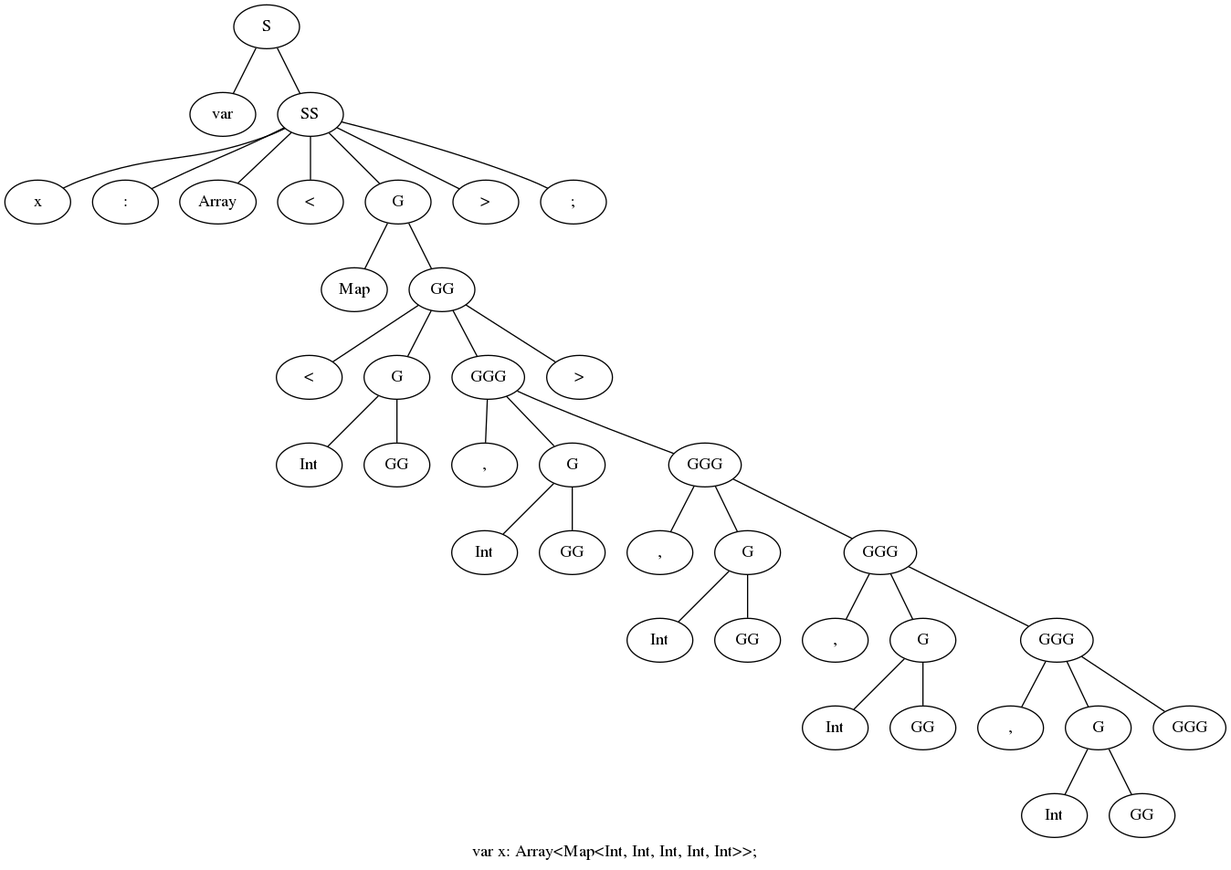
This is graphs/spread.dot.png from Garuda-1/MT_HW2, a Graphviz export, as it was before one commit. Its source is kept beside it as graphs/spread.dot.
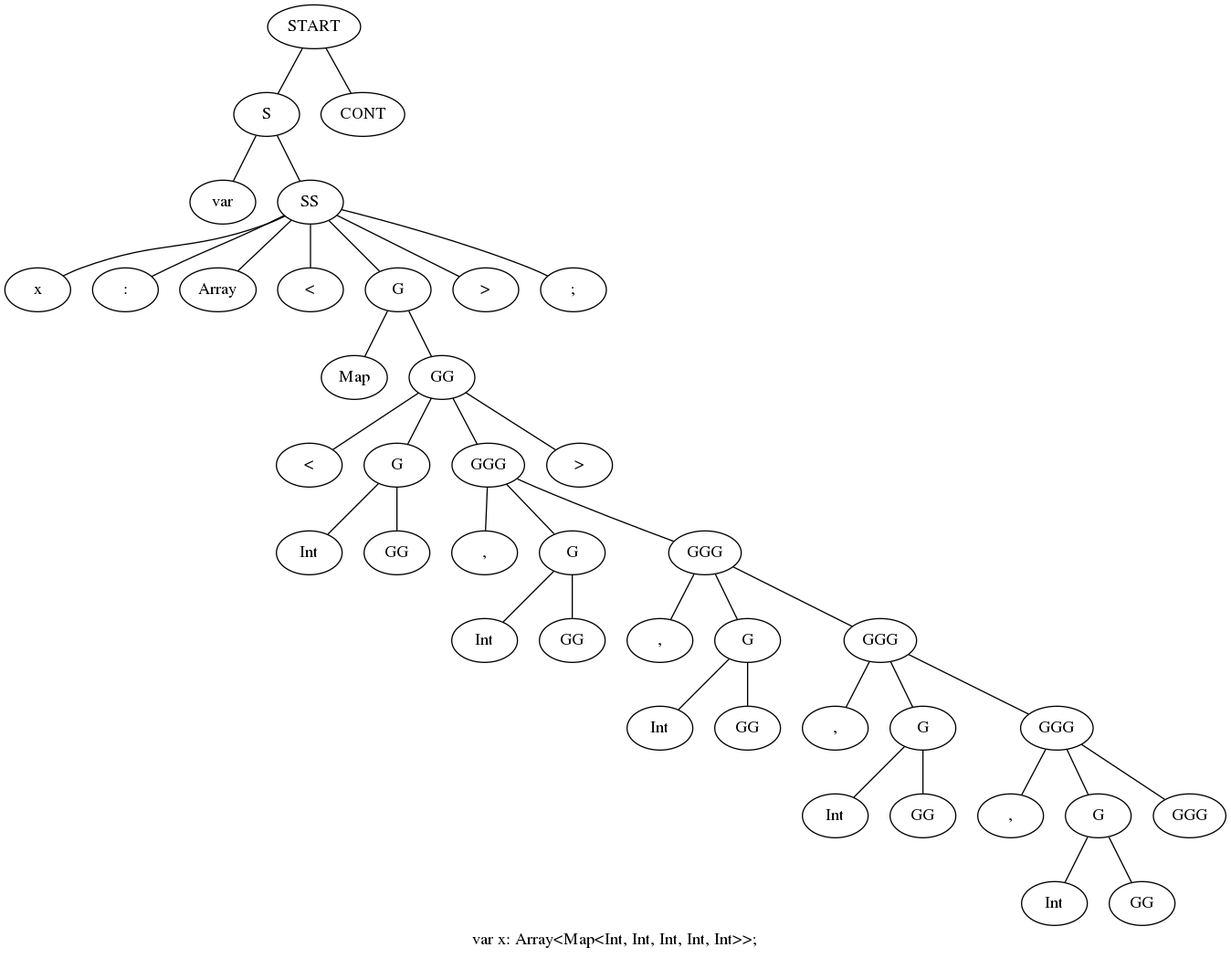
After the change.

What changed in the source:
```diff
@@ -3,79 +3,83 @@
 	label="var x: Array<Map<Int, Int, Int, Int, Int>>;"
 
 	n000 ;
-	n000 [label="S"] ;
+	n000 [label="START"] ;
 	n000 -- n001 ;
 	n000 -- n002 ;
-	n001 [label="var"] ;
-	n002 [label="SS"] ;
-	n002 -- n003 ;
-	n002 -- n004 ;
-	n002 -- n005 ;
-	n002 -- n006 ;
-	n002 -- n007 ;
-	n002 -- n008 ;
-	n002 -- n009 ;
-	n003 [label="x"] ;
-	n004 [label=":"] ;
-	n005 [label="Array"] ;
-	n006 [label="<"] ;
-	n007 [label="G"] ;
-	n007 -- n010 ;
-	n007 -- n011 ;
-	n008 [label=">"] ;
-	n009 [label=";"] ;
-	n010 [label="Map"] ;
-	n011 [label="GG"] ;
-	n011 -- n012 ;
-	n011 -- n013 ;
-	n011 -- n014 ;
-	n011 -- n015 ;
-	n012 [label="<"] ;
-	n013 [label="G"] ;
+	n001 [label="S"] ;
+	n001 -- n003 ;
+	n001 -- n004 ;
+	n002 [label="CONT"] ;
+	n003 [label="var"] ;
+	n004 [label="SS"] ;
+	n004 -- n005 ;
+	n004 -- n006 ;
+	n004 -- n007 ;
+	n004 -- n008 ;
+	n004 -- n009 ;
+	n004 -- n010 ;
+	n004 -- n011 ;
+	n005 [label="x"] ;
+	n006 [label=":"] ;
+	n007 [label="Array"] ;
+	n008 [label="<"] ;
+	n009 [label="G"] ;
+	n009 -- n012 ;
+	n009 -- n013 ;
+	n010 [label=">"] ;
+	n011 [label=";"] ;
+	n012 [label="Map"] ;
+	n013 [label="GG"] ;
+	n013 -- n014 ;
+	n013 -- n015 ;
 	n013 -- n016 ;
 	n013 -- n017 ;
-	n014 [label="GGG"] ;
-	n014 -- n018 ;
-	n014 -- n019 ;
-	n014 -- n020 ;
-	n015 [label=">"] ;
-	n016 [label="Int"] ;
-	n017 [label="GG"] ;
-	n018 [label=","] ;
-	n019 [label="G"] ;
-	n019 -- n021 ;
-	n019 -- n022 ;
-	n020 [label="GGG"] ;
-	n020 -- n023 ;
-	n020 -- n024 ;
-	n020 -- n025 ;
-	n021 [label="Int"] ;
-	n022 [label="GG"] ;
-	n023 [label=","] ;
-	n024 [label="G"] ;
-	n024 -- n026 ;
-	n024 -- n027 ;
-	n025 [label="GGG"] ;
-	n025 -- n028 ;
-	n025 -- n029 ;
-	n025 -- n030 ;
-	n026 [label="Int"] ;
-	n027 [label="GG"] ;
-	n028 [label=","] ;
-	n029 [label="G"] ;
-	n029 -- n031 ;
-	n029 -- n032 ;
-	n030 [label="GGG"] ;
-	n030 -- n033 ;
-	n030 -- n034 ;
-	n030 -- n035 ;
-	n031 [label="Int"] ;
-	n032 [label="GG"] ;
-	n033 [label=","] ;
-	n034 [label="G"] ;
-	n034 -- n036 ;
-	n034 -- n037 ;
-	n035 [label="GGG"] ;
-	n036 [label="Int"] ;
-	n037 [label="GG"] ;
+	n014 [label="<"] ;
+	n015 [label="G"] ;
+	n015 -- n018 ;
+	n015 -- n019 ;
+	n016 [label="GGG"] ;
+	n016 -- n020 ;
+	n016 -- n021 ;
+	n016 -- n022 ;
+	n017 [label=">"] ;
+	n018 [label="Int"] ;
+	n019 [label="GG"] ;
+	n020 [label=","] ;
+	n021 [label="G"] ;
+	n021 -- n023 ;
+	n021 -- n024 ;
+	n022 [label="GGG"] ;
+	n022 -- n025 ;
+	n022 -- n026 ;
+	n022 -- n027 ;
+	n023 [label="Int"] ;
+	n024 [label="GG"] ;
+	n025 [label=","] ;
+	n026 [label="G"] ;
+	n026 -- n028 ;
+	n026 -- n029 ;
+	n027 [label="GGG"] ;
+	n027 -- n030 ;
+	n027 -- n031 ;
+	n027 -- n032 ;
+	n028 [label="Int"] ;
+	n029 [label="GG"] ;
+	n030 [label=","] ;
+	n031 [label="G"] ;
+	n031 -- n033 ;
+	n031 -- n034 ;
+	n032 [label="GGG"] ;
+	n032 -- n035 ;
+	n032 -- n036 ;
+	n032 -- n037 ;
+	n033 [label="Int"] ;
+	n034 [label="GG"] ;
+	n035 [label=","] ;
+	n036 [label="G"] ;
+	n036 -- n038 ;
+	n036 -- n039 ;
+	n037 [label="GGG"] ;
+	n038 [label="Int"] ;
+	n039 [label="GG"] ;
 	}
```
